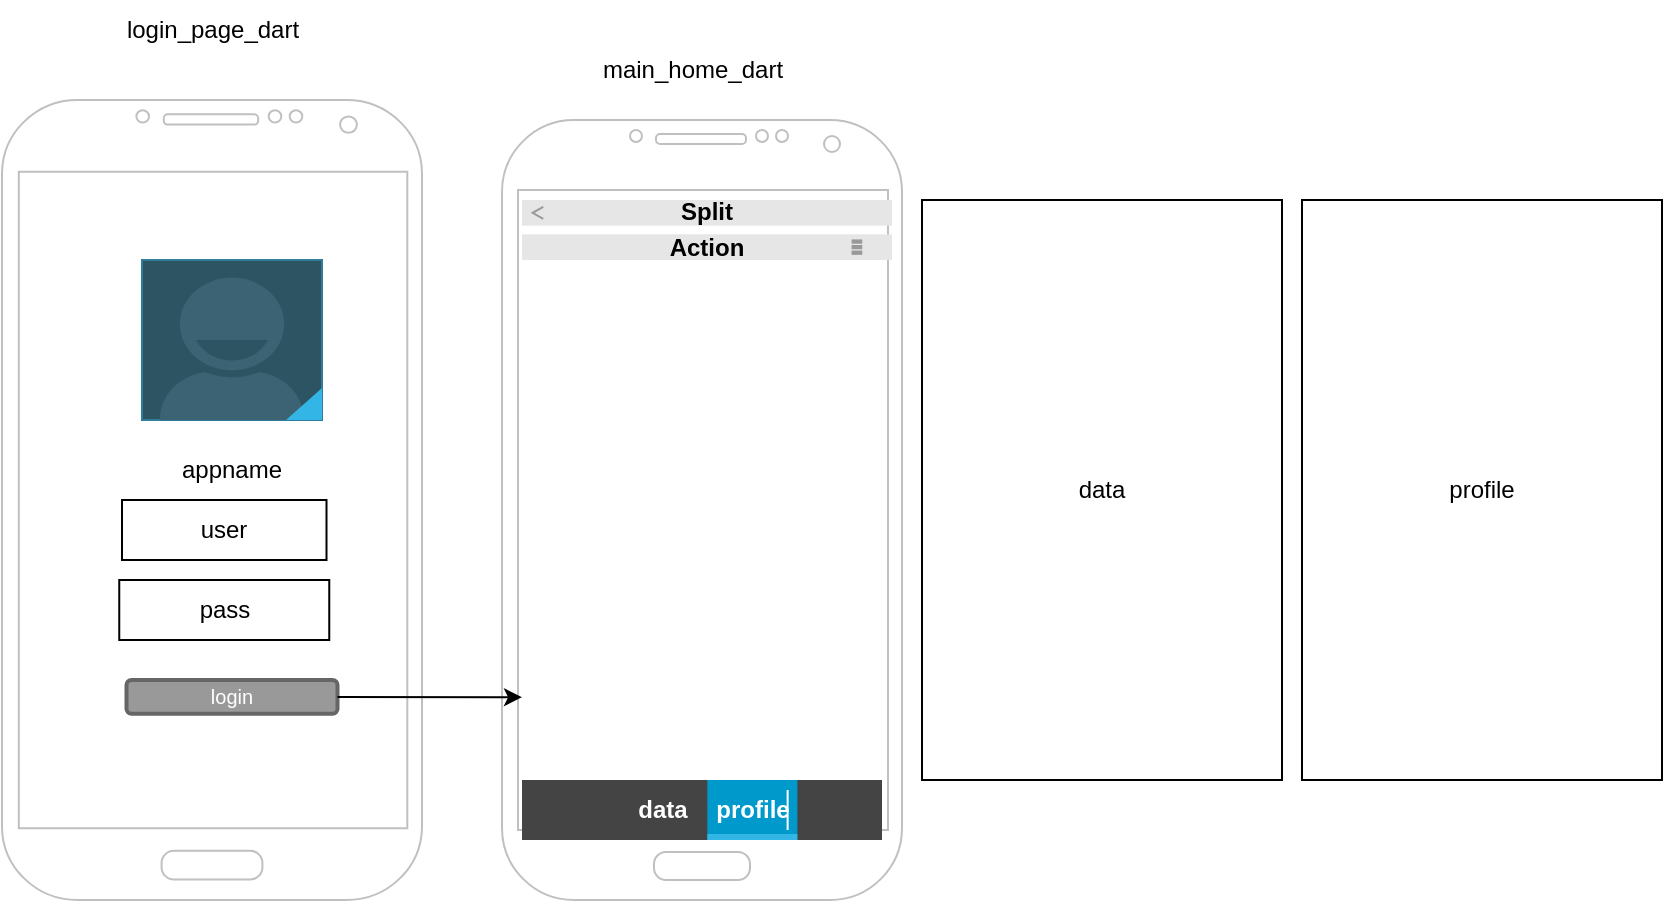
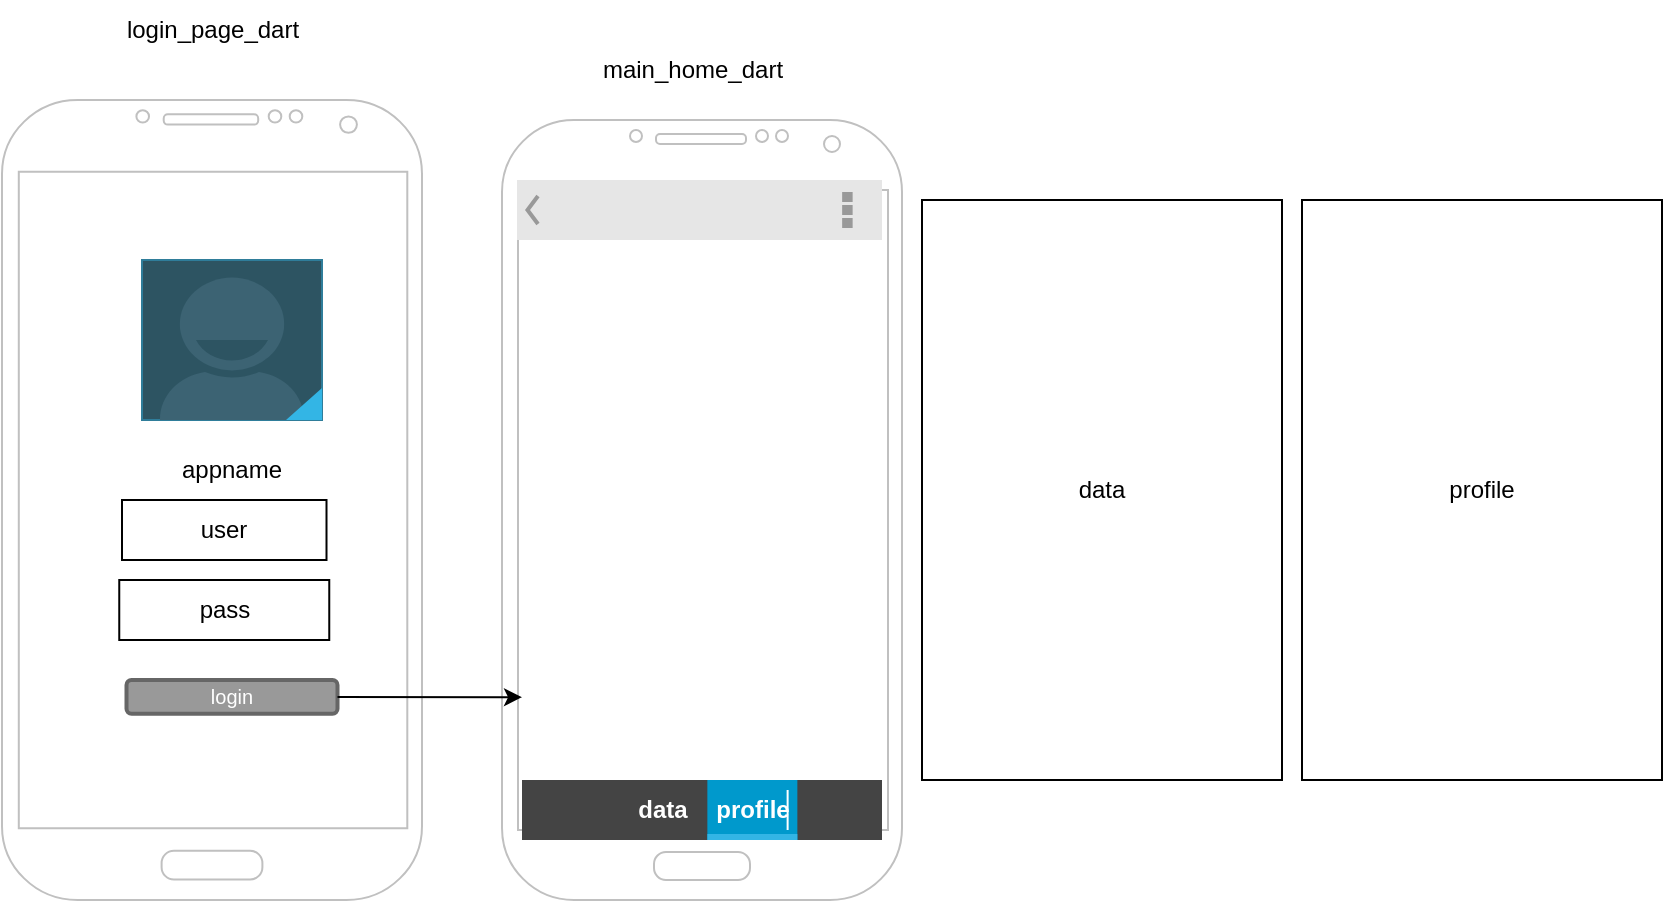
<mxfile host="65bd71144e">
    <diagram id="vydDsM6t9r-OuVbA1YG2" name="Page-1">
        <mxGraphModel dx="832" dy="1587" grid="1" gridSize="10" guides="1" tooltips="1" connect="1" arrows="1" fold="1" page="1" pageScale="1" pageWidth="850" pageHeight="1100" math="0" shadow="0">
            <root>
                <mxCell id="0"/>
                <mxCell id="1" parent="0"/>
                <mxCell id="2" value="" style="verticalLabelPosition=bottom;verticalAlign=top;html=1;shadow=0;dashed=0;strokeWidth=1;shape=mxgraph.android.phone2;strokeColor=#c0c0c0;" vertex="1" parent="1">
                    <mxGeometry x="190" y="20" width="210" height="400" as="geometry"/>
                </mxCell>
                <mxCell id="3" value="" style="verticalLabelPosition=bottom;verticalAlign=top;html=1;shadow=0;dashed=0;strokeWidth=1;shape=mxgraph.android.contact_badge_focused;sketch=0;" vertex="1" parent="1">
                    <mxGeometry x="260" y="100" width="90" height="80" as="geometry"/>
                </mxCell>
                <mxCell id="4" value="appname" style="text;html=1;align=center;verticalAlign=middle;whiteSpace=wrap;rounded=0;" vertex="1" parent="1">
                    <mxGeometry x="275" y="190" width="60" height="30" as="geometry"/>
                </mxCell>
                <mxCell id="5" value="user" style="rounded=0;whiteSpace=wrap;html=1;" vertex="1" parent="1">
                    <mxGeometry x="250" y="220" width="102.25" height="30" as="geometry"/>
                </mxCell>
                <mxCell id="6" value="pass" style="rounded=0;whiteSpace=wrap;html=1;" vertex="1" parent="1">
                    <mxGeometry x="248.63" y="260" width="105" height="30" as="geometry"/>
                </mxCell>
                <mxCell id="7" value="" style="verticalLabelPosition=bottom;verticalAlign=top;html=1;shadow=0;dashed=0;strokeWidth=1;shape=mxgraph.android.phone2;strokeColor=#c0c0c0;" vertex="1" parent="1">
                    <mxGeometry x="440" y="30" width="200" height="390" as="geometry"/>
                </mxCell>
                <mxCell id="8" value="login" style="rounded=1;html=1;shadow=0;dashed=0;whiteSpace=wrap;fontSize=10;fillColor=#999999;align=center;strokeColor=#666666;fontColor=#ffffff;strokeWidth=2;" vertex="1" parent="1">
                    <mxGeometry x="252.25" y="310" width="105.5" height="16.88" as="geometry"/>
                </mxCell>
                <mxCell id="9" style="edgeStyle=none;html=1;entryX=0.05;entryY=0.74;entryDx=0;entryDy=0;entryPerimeter=0;" edge="1" parent="1" source="8" target="7">
                    <mxGeometry relative="1" as="geometry"/>
                </mxCell>
                <mxCell id="10" value="" style="strokeWidth=1;html=1;shadow=0;dashed=0;shape=mxgraph.android.rrect;rSize=0;fillColor=#444444;strokeColor=none;" vertex="1" parent="1">
                    <mxGeometry x="450" y="360" width="180" height="30" as="geometry"/>
                </mxCell>
                <mxCell id="11" value="data" style="strokeWidth=1;html=1;shadow=0;dashed=0;shape=mxgraph.android.anchor;fontStyle=1;fontColor=#ffffff;" vertex="1" parent="10">
                    <mxGeometry x="47.68" width="45" height="30" as="geometry"/>
                </mxCell>
                <mxCell id="12" value="profile" style="strokeWidth=1;html=1;shadow=0;dashed=0;shape=mxgraph.android.rrect;rSize=0;fontStyle=1;fillColor=#0099cc;strokeColor=none;fontColor=#ffffff;" vertex="1" parent="10">
                    <mxGeometry x="92.68" width="45" height="30" as="geometry"/>
                </mxCell>
                <mxCell id="13" value="" style="strokeWidth=1;html=1;shadow=0;dashed=0;shape=mxgraph.android.rrect;rSize=0;fillColor=#33b5e5;strokeColor=none;" vertex="1" parent="12">
                    <mxGeometry y="27" width="45" height="3" as="geometry"/>
                </mxCell>
                <mxCell id="16" value="" style="shape=line;strokeColor=#ffffff;direction=south;" vertex="1" parent="10">
                    <mxGeometry x="127.94594594594595" y="5" width="9.72972972972973" height="20" as="geometry"/>
                </mxCell>
                <mxCell id="18" value="data" style="rounded=0;whiteSpace=wrap;html=1;" vertex="1" parent="1">
                    <mxGeometry x="650" y="70" width="180" height="290" as="geometry"/>
                </mxCell>
                <mxCell id="20" value="profile" style="rounded=0;whiteSpace=wrap;html=1;" vertex="1" parent="1">
                    <mxGeometry x="840" y="70" width="180" height="290" as="geometry"/>
                </mxCell>
                <mxCell id="25" value="&lt;span style=&quot;color: rgb(0, 0, 0); white-space: normal;&quot;&gt;login_page_dart&lt;/span&gt;" style="text;html=1;align=center;verticalAlign=middle;resizable=0;points=[];autosize=1;strokeColor=none;fillColor=none;" vertex="1" parent="1">
                    <mxGeometry x="240" y="-30" width="110" height="30" as="geometry"/>
                </mxCell>
                <mxCell id="26" value="&lt;span style=&quot;color: rgb(0, 0, 0); white-space: normal;&quot;&gt;main_home_dart&lt;/span&gt;" style="text;html=1;align=center;verticalAlign=middle;resizable=0;points=[];autosize=1;strokeColor=none;fillColor=none;" vertex="1" parent="1">
                    <mxGeometry x="480" y="-10" width="110" height="30" as="geometry"/>
                </mxCell>
-                 <mxCell id="27" value="" style="strokeWidth=1;html=1;shadow=0;dashed=0;shape=mxgraph.android.split_action_bar;fillColor=#E6E6E6;" vertex="1" parent="1">
-                     <mxGeometry x="450" y="70" width="185" height="30" as="geometry"/>
-                 </mxCell>
-                 <mxCell id="28" value="Split" style="strokeWidth=1;html=1;shadow=0;dashed=0;shape=mxgraph.android.anchor;fontStyle=1;whiteSpace=wrap;" vertex="1" parent="27">
-                     <mxGeometry width="185" height="12.857142857142856" as="geometry"/>
-                 </mxCell>
-                 <mxCell id="29" value="Action" style="strokeWidth=1;html=1;shadow=0;dashed=0;shape=mxgraph.android.anchor;fontStyle=1;whiteSpace=wrap;" vertex="1" parent="27">
-                     <mxGeometry y="17.142857142857142" width="185" height="12.857142857142856" as="geometry"/>
+                 <mxCell id="30" value="" style="strokeWidth=1;html=1;shadow=0;dashed=0;shape=mxgraph.android.action_bar;fillColor=#E6E6E6;strokeColor=#c0c0c0;strokeWidth=2;whiteSpace=wrap;" vertex="1" parent="1">
+                     <mxGeometry x="447.5" y="60" width="182.5" height="30" as="geometry"/>
                </mxCell>
            </root>
        </mxGraphModel>
    </diagram>
</mxfile>